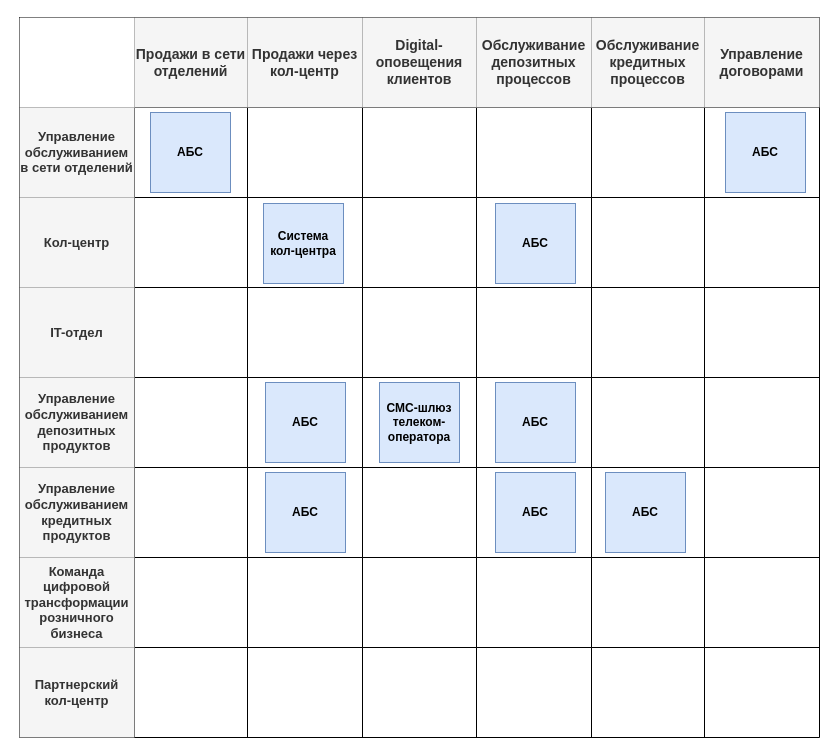
Before: Task1/IT_landscape_map.drawio in Dryannykh/architecture-standart, a draw.io diagram. Source tidied: cells renumbered, new cells numbered last; positions are measured from the earlier drawing's top-left corner, leaving out a move shared by most shapes. Both pictures are drawn from the tidied source at 100%, with x=0, y=0 at pixel (19, 17).
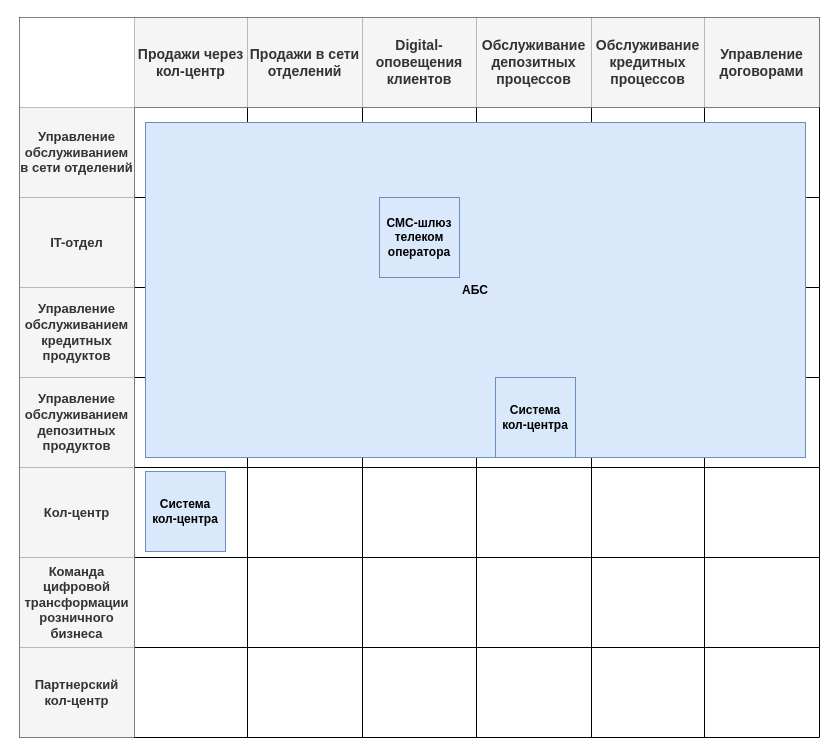
After the change.

Unchanged cells that the change refers to:
```xml
<mxCell id="3" style="shape=tableRow;horizontal=0;startSize=0;swimlaneHead=0;swimlaneBody=0;strokeColor=inherit;top=0;left=0;bottom=0;right=0;fillColor=none;fontSize=16;" parent="2" vertex="1">
  <mxGeometry width="800" height="90" as="geometry" />
</mxCell>
<mxCell id="19" style="shape=tableRow;horizontal=0;startSize=0;swimlaneHead=0;swimlaneBody=0;strokeColor=inherit;top=0;left=0;bottom=0;right=0;fillColor=none;fontSize=16;" parent="2" vertex="1">
  <mxGeometry y="180" width="800" height="90" as="geometry" />
</mxCell>
<mxCell id="27" style="shape=tableRow;horizontal=0;startSize=0;swimlaneHead=0;swimlaneBody=0;strokeColor=inherit;top=0;left=0;bottom=0;right=0;fillColor=none;fontSize=16;" parent="2" vertex="1">
  <mxGeometry y="270" width="800" height="90" as="geometry" />
</mxCell>
<mxCell id="43" style="shape=tableRow;horizontal=0;startSize=0;swimlaneHead=0;swimlaneBody=0;strokeColor=inherit;top=0;left=0;bottom=0;right=0;fillColor=none;fontSize=16;" parent="2" vertex="1">
  <mxGeometry y="450" width="800" height="90" as="geometry" />
</mxCell>
```

The edit, as a diff of the source:
```diff
@@
-    <mxCell id="5" value="Продажи в сети отделений" style="shape=partialRectangle;html=1;whiteSpace=wrap;strokeColor=#666666;overflow=hidden;fillColor=#f5f5f5;top=0;left=0;bottom=0;right=0;fontSize=14;fontColor=#333333;fontStyle=1;" parent="3" vertex="1">
+    <mxCell id="5" value="Продажи через кол-центр" style="shape=partialRectangle;html=1;whiteSpace=wrap;strokeColor=#666666;overflow=hidden;fillColor=#f5f5f5;top=0;left=0;bottom=0;right=0;fontSize=14;fontColor=#333333;fontStyle=1;" parent="3" vertex="1">
       <mxGeometry x="115" width="113" height="90" as="geometry" />
     </mxCell>
-    <mxCell id="6" value="Продажи через кол-центр" style="shape=partialRectangle;html=1;whiteSpace=wrap;strokeColor=#666666;overflow=hidden;fillColor=#f5f5f5;top=0;left=0;bottom=0;right=0;fontSize=14;fontColor=#333333;fontStyle=1;" parent="3" vertex="1">
+    <mxCell id="6" value="Продажи в сети отделений" style="shape=partialRectangle;html=1;whiteSpace=wrap;strokeColor=#666666;overflow=hidden;fillColor=#f5f5f5;top=0;left=0;bottom=0;right=0;fontSize=14;fontColor=#333333;fontStyle=1;" parent="3" vertex="1">
       <mxGeometry x="228" width="115" height="90" as="geometry" />
     </mxCell>
@@
-    <mxCell id="20" value="Кол-центр" style="shape=partialRectangle;html=1;whiteSpace=wrap;strokeColor=#666666;overflow=hidden;fillColor=#f5f5f5;top=0;left=0;bottom=0;right=0;fontSize=13;fontColor=#333333;fontStyle=1;" parent="19" vertex="1">
+    <mxCell id="20" value="IT-отдел" style="shape=partialRectangle;html=1;whiteSpace=wrap;strokeColor=#666666;overflow=hidden;fillColor=#f5f5f5;top=0;left=0;bottom=0;right=0;fontSize=13;fontColor=#333333;fontStyle=1;" parent="19" vertex="1">
       <mxGeometry width="115" height="90" as="geometry" />
     </mxCell>
@@
-    <mxCell id="28" value="IT-отдел" style="shape=partialRectangle;html=1;whiteSpace=wrap;strokeColor=#666666;overflow=hidden;fillColor=#f5f5f5;top=0;left=0;bottom=0;right=0;fontSize=13;fontColor=#333333;fontStyle=1;" parent="27" vertex="1">
+    <mxCell id="28" value="Управление обслуживанием кредитных продуктов" style="shape=partialRectangle;html=1;whiteSpace=wrap;strokeColor=#666666;overflow=hidden;fillColor=#f5f5f5;top=0;left=0;bottom=0;right=0;fontSize=13;fontColor=#333333;fontStyle=1;" parent="27" vertex="1">
       <mxGeometry width="115" height="90" as="geometry" />
     </mxCell>
@@
-    <mxCell id="44" value="Управление обслуживанием кредитных продуктов" style="shape=partialRectangle;html=1;whiteSpace=wrap;strokeColor=#000000;overflow=hidden;fillColor=#f5f5f5;top=0;left=0;bottom=0;right=0;fontSize=13;fontColor=#333333;strokeWidth=5;labelBorderColor=none;fontStyle=1;" parent="43" vertex="1">
+    <mxCell id="44" value="Кол-центр" style="shape=partialRectangle;html=1;whiteSpace=wrap;strokeColor=#000000;overflow=hidden;fillColor=#f5f5f5;top=0;left=0;bottom=0;right=0;fontSize=13;fontColor=#333333;strokeWidth=5;labelBorderColor=none;fontStyle=1;" parent="43" vertex="1">
       <mxGeometry width="115" height="90" as="geometry" />
     </mxCell>
@@
     <mxCell id="67" value="Система кол-центра" style="whiteSpace=wrap;html=1;fillColor=#dae8fc;strokeColor=#6c8ebf;fontStyle=1;" parent="1" vertex="1">
-      <mxGeometry x="244" y="186" width="80" height="80" as="geometry" />
+      <mxGeometry x="126" y="454" width="80" height="80" as="geometry" />
     </mxCell>
-    <mxCell id="68" value="АБС" style="whiteSpace=wrap;html=1;fillColor=#dae8fc;strokeColor=#6c8ebf;fontStyle=1;" parent="1" vertex="1">
-      <mxGeometry x="476" y="186" width="80" height="80" as="geometry" />
-    </mxCell>
-    <mxCell id="69" value="АБС" style="whiteSpace=wrap;html=1;fillColor=#dae8fc;strokeColor=#6c8ebf;fontStyle=1;" parent="1" vertex="1">
-      <mxGeometry x="246" y="365" width="80" height="80" as="geometry" />
-    </mxCell>
-    <mxCell id="70" value="АБС" style="whiteSpace=wrap;html=1;fillColor=#dae8fc;strokeColor=#6c8ebf;fontStyle=1;" parent="1" vertex="1">
-      <mxGeometry x="586" y="455" width="80" height="80" as="geometry" />
-    </mxCell>
-    <mxCell id="71" value="АБС" style="whiteSpace=wrap;html=1;fillColor=#dae8fc;strokeColor=#6c8ebf;fontStyle=1;" parent="1" vertex="1">
-      <mxGeometry x="706" y="95" width="80" height="80" as="geometry" />
-    </mxCell>
-    <mxCell id="72" value="СМС-шлюз телеком-оператора" style="whiteSpace=wrap;html=1;fillColor=#dae8fc;strokeColor=#6c8ebf;fontStyle=1;" parent="1" vertex="1">
-      <mxGeometry x="360" y="365" width="80" height="80" as="geometry" />
-    </mxCell>
-    <mxCell id="73" value="АБС" style="whiteSpace=wrap;html=1;fillColor=#dae8fc;strokeColor=#6c8ebf;fontStyle=1;" parent="1" vertex="1">
-      <mxGeometry x="246" y="455" width="80" height="80" as="geometry" />
-    </mxCell>
-    <mxCell id="74" value="АБС" style="whiteSpace=wrap;html=1;fillColor=#dae8fc;strokeColor=#6c8ebf;fontStyle=1;" parent="1" vertex="1">
-      <mxGeometry x="476" y="365" width="80" height="80" as="geometry" />
-    </mxCell>
-    <mxCell id="75" value="АБС" style="whiteSpace=wrap;html=1;fillColor=#dae8fc;strokeColor=#6c8ebf;fontStyle=1;" parent="1" vertex="1">
-      <mxGeometry x="476" y="455" width="80" height="80" as="geometry" />
-    </mxCell>
-    <mxCell id="76" value="АБС" style="whiteSpace=wrap;html=1;fillColor=#dae8fc;strokeColor=#6c8ebf;fontStyle=1;" parent="1" vertex="1">
-      <mxGeometry x="131" y="95" width="80" height="80" as="geometry" />
-    </mxCell>
+    <mxCell id="77" value="&lt;b&gt;АБС&lt;/b&gt;" style="rounded=0;whiteSpace=wrap;html=1;fillColor=#dae8fc;strokeColor=#6c8ebf;" parent="1" vertex="1">
+      <mxGeometry x="126" y="105" width="660" height="335" as="geometry" />
+    </mxCell>
+    <mxCell id="78" value="Система кол-центра" style="whiteSpace=wrap;html=1;fillColor=#dae8fc;strokeColor=#6c8ebf;fontStyle=1;" parent="1" vertex="1">
+      <mxGeometry x="476" y="360" width="80" height="80" as="geometry" />
+    </mxCell>
+    <mxCell id="79" value="СМС-шлюз телеком оператора" style="whiteSpace=wrap;html=1;fillColor=#dae8fc;strokeColor=#6c8ebf;fontStyle=1;" parent="1" vertex="1">
+      <mxGeometry x="360" y="180" width="80" height="80" as="geometry" />
+    </mxCell>
```
